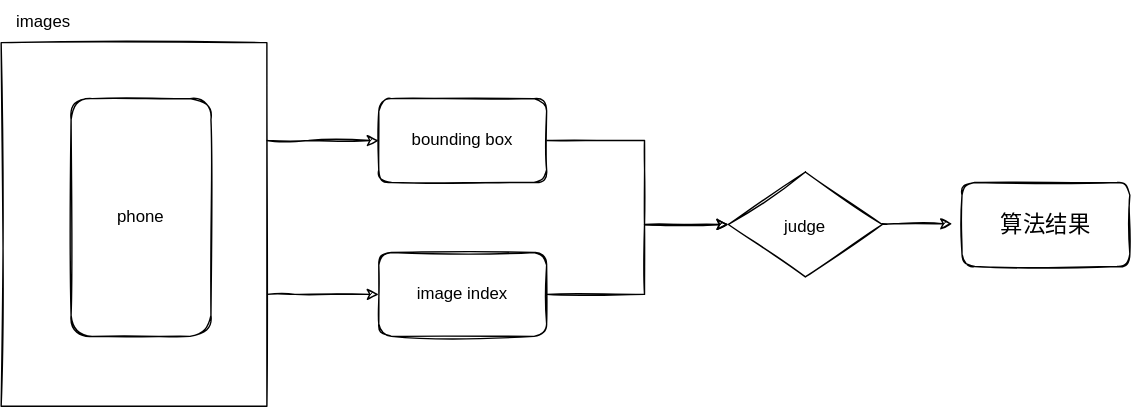
Before: 未拍全检测方案.drawio.svg, a diagram exported from draw.io (Linranran/my_images). Source tidied: cells renumbered, new cells last; positions are measured from the earlier drawing's top-left corner, leaving out a move shared by most shapes.
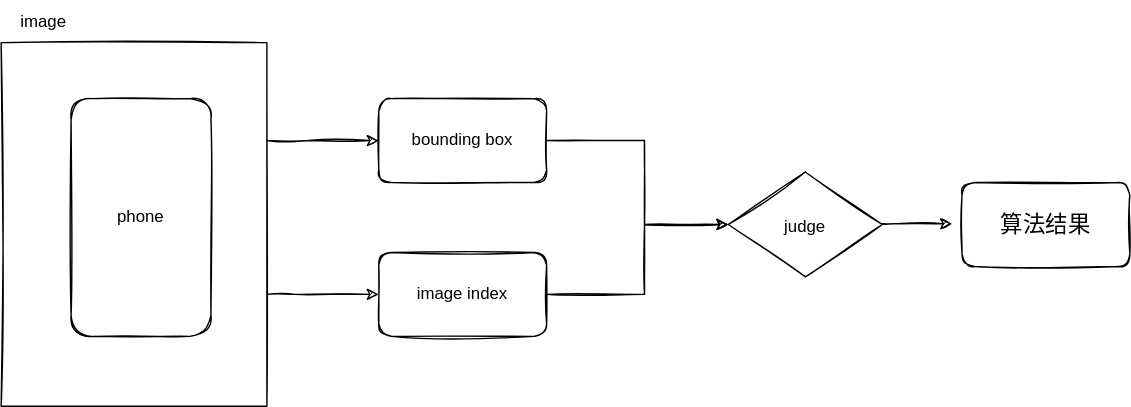
After the change.

Commit message:
Update 未拍全检测方案.drawio.svg

The edit, as a diff of the source:
```diff
@@ -21,7 +21,7 @@
     <mxCell id="4" style="rounded=0;whiteSpace=wrap;html=1;sketch=1;" parent="1" vertex="1">
       <mxGeometry y="30" width="190" height="260" as="geometry" />
     </mxCell>
-    <mxCell id="5" value="images" style="text;html=1;align=center;verticalAlign=middle;strokeColor=none;fillColor=none;sketch=1;" parent="1" vertex="1">
+    <mxCell id="5" value="image" style="text;html=1;align=center;verticalAlign=middle;strokeColor=none;fillColor=none;sketch=1;" parent="1" vertex="1">
       <mxGeometry width="60" height="30" as="geometry" />
     </mxCell>
     <mxCell id="6" value="phone" style="rounded=1;whiteSpace=wrap;html=1;sketch=1;" parent="1" vertex="1">
```
